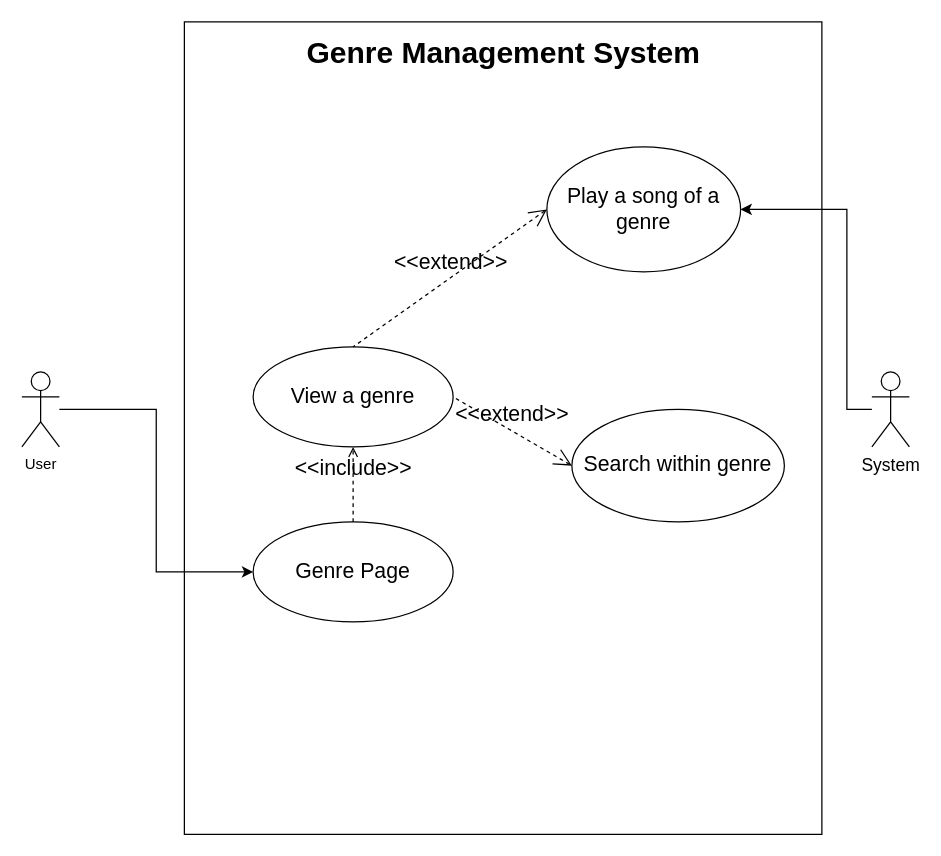
Earlier version of the draw.io diagram Diagrams/io files/GM-UCD.drawio (Moonholiday/OniMusic-Misc). Source tidied: cells renumbered, new cells numbered last; positions are measured from the earlier drawing's top-left corner, leaving out a move shared by most shapes. Both pictures are drawn from the tidied source at 125%, with x=0, y=0 at pixel (21, 21).
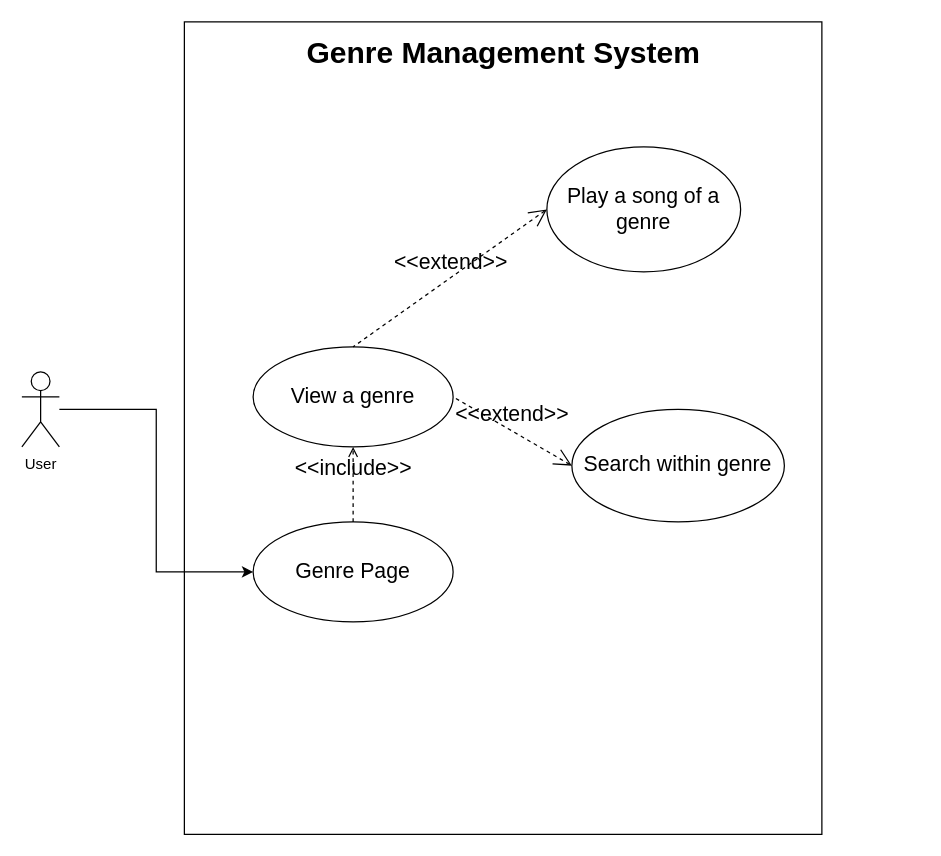
The same page after the edit.

The edit, as a diff of the source:
```diff
@@
 <mxGraphModel>
   <root>
     <mxCell id="0" />
     <mxCell id="1" parent="0" />
     <mxCell id="2" style="rounded=0;whiteSpace=wrap;html=1;" parent="1" vertex="1">
       <mxGeometry x="130" width="510" height="650" as="geometry" />
     </mxCell>
     <mxCell id="3" value="Genre Management System" style="text;strokeColor=none;fillColor=none;html=1;fontSize=24;fontStyle=1;verticalAlign=middle;align=center;" parent="1" vertex="1">
       <mxGeometry x="136.2" width="497.5" height="50" as="geometry" />
     </mxCell>
     <mxCell id="4" style="edgeStyle=orthogonalEdgeStyle;rounded=0;jettySize=auto;html=1;entryX=0;entryY=0.5;entryDx=0;entryDy=0;fontSize=14;" parent="1" edge="1" source="5" target="6">
       <mxGeometry relative="1" as="geometry" />
     </mxCell>
     <mxCell id="5" value="User" style="shape=umlActor;html=1;verticalLabelPosition=bottom;verticalAlign=top;align=center;" parent="1" vertex="1">
       <mxGeometry y="280" width="30" height="60" as="geometry" />
     </mxCell>
     <mxCell id="6" value="&lt;font style=&quot;font-size: 17px&quot;&gt;Genre Page&lt;/font&gt;" style="ellipse;whiteSpace=wrap;html=1;" parent="1" vertex="1">
       <mxGeometry x="185" y="400" width="160" height="80" as="geometry" />
     </mxCell>
-    <mxCell id="7" style="edgeStyle=orthogonalEdgeStyle;rounded=0;jettySize=auto;html=1;entryX=1;entryY=0.5;entryDx=0;entryDy=0;fontSize=17;" parent="1" edge="1" source="8" target="9">
-      <mxGeometry relative="1" as="geometry">
-        <Array as="points">
-          <mxPoint x="660" y="310" />
-          <mxPoint x="660" y="150" />
-        </Array>
-      </mxGeometry>
-    </mxCell>
-    <mxCell id="8" value="System" style="shape=umlActor;verticalLabelPosition=bottom;verticalAlign=top;html=1;outlineConnect=0;fontSize=14;" parent="1" vertex="1">
-      <mxGeometry x="680" y="280" width="30" height="60" as="geometry" />
-    </mxCell>
     <mxCell id="9" value="Play a song of a genre" style="ellipse;whiteSpace=wrap;html=1;fontSize=17;" parent="1" vertex="1">
       <mxGeometry x="420" y="100" width="155" height="100" as="geometry" />
     </mxCell>
     <mxCell id="10" value="&lt;font style=&quot;font-size: 17px&quot;&gt;View a genre&lt;/font&gt;" style="ellipse;whiteSpace=wrap;html=1;" parent="1" vertex="1">
       <mxGeometry x="185" y="260" width="160" height="80" as="geometry" />
     </mxCell>
     <mxCell id="11" value="&lt;font style=&quot;font-size: 17px&quot;&gt;&amp;lt;&amp;lt;include&amp;gt;&amp;gt;&lt;/font&gt;" style="edgeStyle=none;html=1;endArrow=open;verticalAlign=bottom;dashed=1;labelBackgroundColor=none;rounded=0;entryX=0.5;entryY=1;entryDx=0;entryDy=0;exitX=0.5;exitY=0;exitDx=0;exitDy=0;" parent="1" edge="1" source="6" target="10">
       <mxGeometry relative="1" as="geometry" />
     </mxCell>
     <mxCell id="12" value="&lt;font style=&quot;font-size: 17px&quot;&gt;Search within genre&lt;/font&gt;" style="ellipse;whiteSpace=wrap;html=1;" parent="1" vertex="1">
       <mxGeometry x="440" y="310" width="170" height="90" as="geometry" />
     </mxCell>
     <mxCell id="13" value="&amp;lt;&amp;lt;extend&amp;gt;&amp;gt;" style="edgeStyle=none;html=1;startArrow=open;endArrow=none;startSize=12;verticalAlign=bottom;dashed=1;labelBackgroundColor=none;rounded=0;fontSize=17;entryX=0.5;entryY=0;entryDx=0;entryDy=0;exitX=0;exitY=0.5;exitDx=0;exitDy=0;" parent="1" edge="1" source="9" target="10">
       <mxGeometry relative="1" as="geometry" />
     </mxCell>
     <mxCell id="14" value="&amp;lt;&amp;lt;extend&amp;gt;&amp;gt;" style="edgeStyle=none;html=1;startArrow=open;endArrow=none;startSize=12;verticalAlign=bottom;dashed=1;labelBackgroundColor=none;rounded=0;fontSize=17;entryX=1;entryY=0.5;entryDx=0;entryDy=0;exitX=0;exitY=0.5;exitDx=0;exitDy=0;" parent="1" edge="1" source="12" target="10">
       <mxGeometry relative="1" as="geometry" />
     </mxCell>
   </root>
 </mxGraphModel>
```
